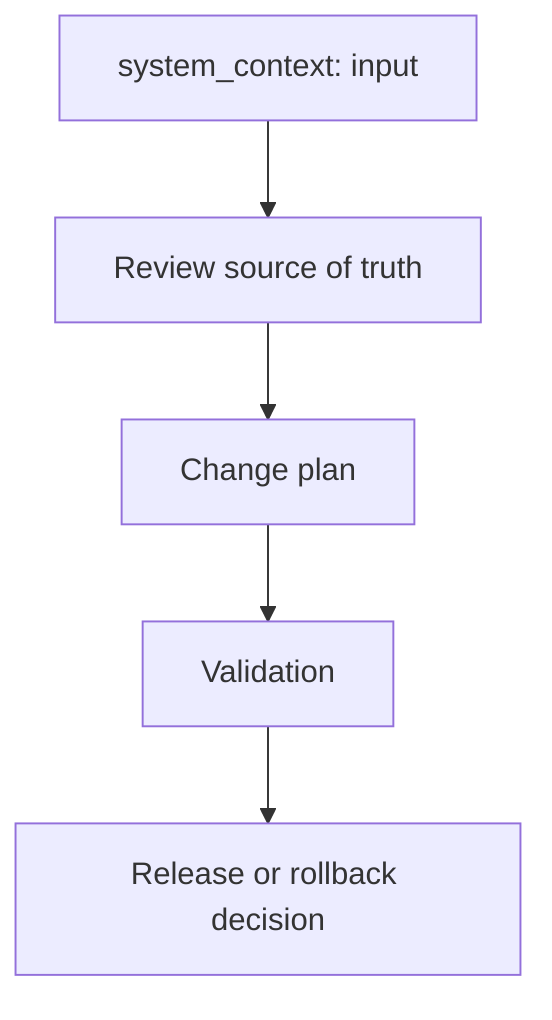
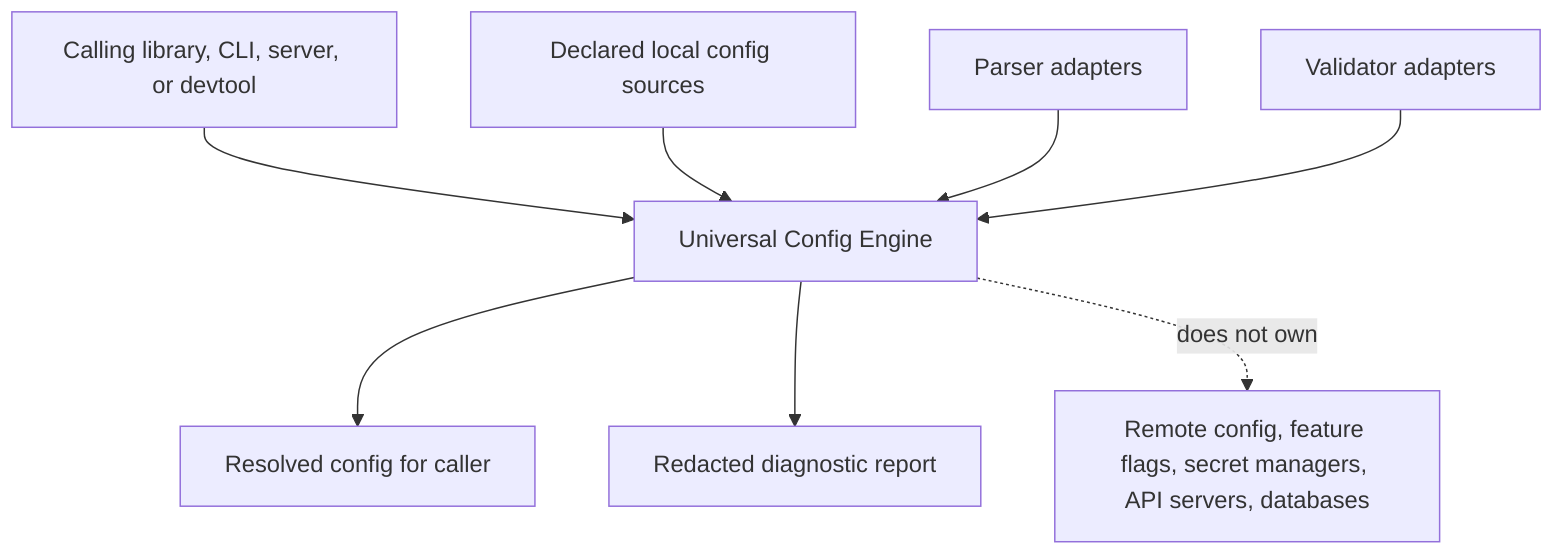
flowchart TD
-   A["system_context: input"] --> B["Review source of truth"]
-   B --> C["Change plan"]
-   C --> D["Validation"]
-   D --> E["Release or rollback decision"]
+   App["Calling library, CLI, server, or devtool"] --> Engine["Universal Config Engine"]
+   Sources["Declared local config sources"] --> Engine
+   Engine --> Result["Resolved config for caller"]
+   Engine --> Report["Redacted diagnostic report"]
+   Parsers["Parser adapters"] --> Engine
+   Validators["Validator adapters"] --> Engine
+   Engine -. "does not own" .-> Remote["Remote config, feature flags, secret managers, API servers, databases"]
